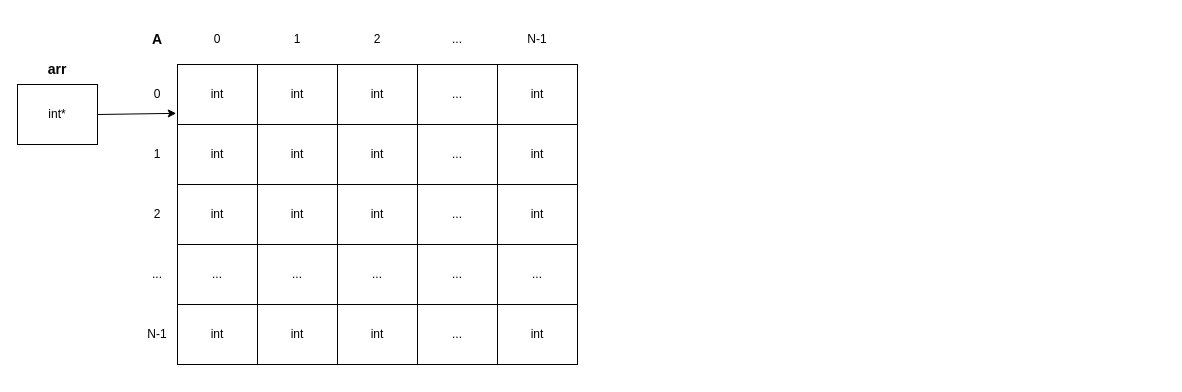
Before: c-lessons/Двумерный массив.drawio in lubarog13/codes, a draw.io diagram. Source tidied: cells renumbered, new cells numbered last; positions are measured from the earlier drawing's top-left corner, leaving out a move shared by most shapes. Both pictures are drawn from the tidied source at 100%, with x=0, y=0 at pixel (17, 24).
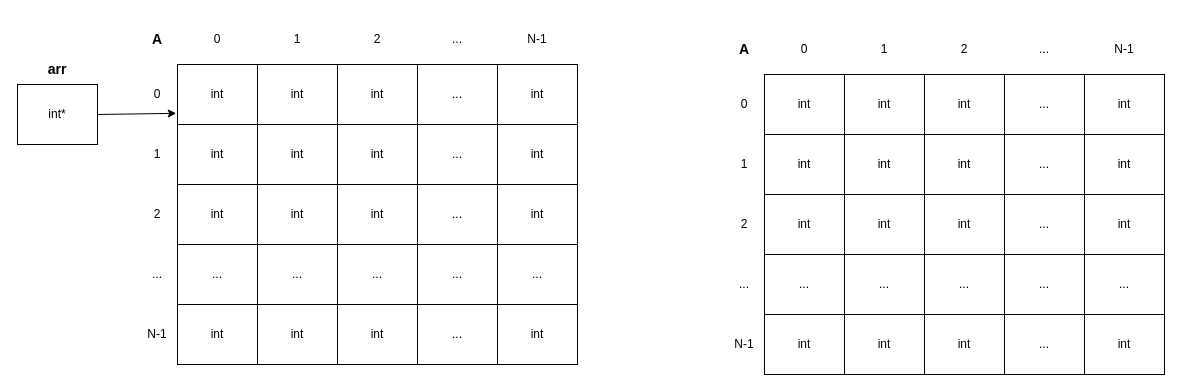
The same page after the edit.

The edit, as a diff of the source:
```diff
@@
+    <mxCell id="41" value="int" style="rounded=0;whiteSpace=wrap;html=1;" parent="1" vertex="1">
+      <mxGeometry x="827" y="50" width="80" height="60" as="geometry" />
+    </mxCell>
+    <mxCell id="42" value="int" style="rounded=0;whiteSpace=wrap;html=1;" parent="1" vertex="1">
+      <mxGeometry x="1067" y="50" width="80" height="60" as="geometry" />
+    </mxCell>
+    <mxCell id="43" value="int" style="rounded=0;whiteSpace=wrap;html=1;" parent="1" vertex="1">
+      <mxGeometry x="907" y="50" width="80" height="60" as="geometry" />
+    </mxCell>
+    <mxCell id="44" value="int" style="rounded=0;whiteSpace=wrap;html=1;" parent="1" vertex="1">
+      <mxGeometry x="747" y="50" width="80" height="60" as="geometry" />
+    </mxCell>
+    <mxCell id="45" value="..." style="rounded=0;whiteSpace=wrap;html=1;" parent="1" vertex="1">
+      <mxGeometry x="987" y="50" width="80" height="60" as="geometry" />
+    </mxCell>
+    <mxCell id="46" value="int" style="rounded=0;whiteSpace=wrap;html=1;" parent="1" vertex="1">
+      <mxGeometry x="827" y="110" width="80" height="60" as="geometry" />
+    </mxCell>
+    <mxCell id="47" value="int" style="rounded=0;whiteSpace=wrap;html=1;" parent="1" vertex="1">
+      <mxGeometry x="1067" y="110" width="80" height="60" as="geometry" />
+    </mxCell>
+    <mxCell id="48" value="int" style="rounded=0;whiteSpace=wrap;html=1;" parent="1" vertex="1">
+      <mxGeometry x="907" y="110" width="80" height="60" as="geometry" />
+    </mxCell>
+    <mxCell id="49" value="int" style="rounded=0;whiteSpace=wrap;html=1;" parent="1" vertex="1">
+      <mxGeometry x="747" y="110" width="80" height="60" as="geometry" />
+    </mxCell>
+    <mxCell id="50" value="..." style="rounded=0;whiteSpace=wrap;html=1;" parent="1" vertex="1">
+      <mxGeometry x="987" y="110" width="80" height="60" as="geometry" />
+    </mxCell>
+    <mxCell id="51" value="int" style="rounded=0;whiteSpace=wrap;html=1;" parent="1" vertex="1">
+      <mxGeometry x="827" y="170" width="80" height="60" as="geometry" />
+    </mxCell>
+    <mxCell id="52" value="int" style="rounded=0;whiteSpace=wrap;html=1;" parent="1" vertex="1">
+      <mxGeometry x="1067" y="170" width="80" height="60" as="geometry" />
+    </mxCell>
+    <mxCell id="53" value="int" style="rounded=0;whiteSpace=wrap;html=1;" parent="1" vertex="1">
+      <mxGeometry x="907" y="170" width="80" height="60" as="geometry" />
+    </mxCell>
+    <mxCell id="54" value="int" style="rounded=0;whiteSpace=wrap;html=1;" parent="1" vertex="1">
+      <mxGeometry x="747" y="170" width="80" height="60" as="geometry" />
+    </mxCell>
+    <mxCell id="55" value="..." style="rounded=0;whiteSpace=wrap;html=1;" parent="1" vertex="1">
+      <mxGeometry x="987" y="170" width="80" height="60" as="geometry" />
+    </mxCell>
+    <mxCell id="56" value="..." style="rounded=0;whiteSpace=wrap;html=1;" parent="1" vertex="1">
+      <mxGeometry x="827" y="230" width="80" height="60" as="geometry" />
+    </mxCell>
+    <mxCell id="57" value="..." style="rounded=0;whiteSpace=wrap;html=1;" parent="1" vertex="1">
+      <mxGeometry x="1067" y="230" width="80" height="60" as="geometry" />
+    </mxCell>
+    <mxCell id="58" value="..." style="rounded=0;whiteSpace=wrap;html=1;" parent="1" vertex="1">
+      <mxGeometry x="907" y="230" width="80" height="60" as="geometry" />
+    </mxCell>
+    <mxCell id="59" value="..." style="rounded=0;whiteSpace=wrap;html=1;" parent="1" vertex="1">
+      <mxGeometry x="747" y="230" width="80" height="60" as="geometry" />
+    </mxCell>
+    <mxCell id="60" value="..." style="rounded=0;whiteSpace=wrap;html=1;" parent="1" vertex="1">
+      <mxGeometry x="987" y="230" width="80" height="60" as="geometry" />
+    </mxCell>
+    <mxCell id="61" value="int" style="rounded=0;whiteSpace=wrap;html=1;" parent="1" vertex="1">
+      <mxGeometry x="827" y="290" width="80" height="60" as="geometry" />
+    </mxCell>
+    <mxCell id="62" value="int" style="rounded=0;whiteSpace=wrap;html=1;" parent="1" vertex="1">
+      <mxGeometry x="1067" y="290" width="80" height="60" as="geometry" />
+    </mxCell>
+    <mxCell id="63" value="int" style="rounded=0;whiteSpace=wrap;html=1;" parent="1" vertex="1">
+      <mxGeometry x="907" y="290" width="80" height="60" as="geometry" />
+    </mxCell>
+    <mxCell id="64" value="int" style="rounded=0;whiteSpace=wrap;html=1;" parent="1" vertex="1">
+      <mxGeometry x="747" y="290" width="80" height="60" as="geometry" />
+    </mxCell>
+    <mxCell id="65" value="..." style="rounded=0;whiteSpace=wrap;html=1;" parent="1" vertex="1">
+      <mxGeometry x="987" y="290" width="80" height="60" as="geometry" />
+    </mxCell>
+    <mxCell id="66" value="0" style="text;html=1;strokeColor=none;fillColor=none;align=center;verticalAlign=middle;whiteSpace=wrap;rounded=0;" parent="1" vertex="1">
+      <mxGeometry x="757" y="10" width="60" height="30" as="geometry" />
+    </mxCell>
+    <mxCell id="67" value="1" style="text;html=1;strokeColor=none;fillColor=none;align=center;verticalAlign=middle;whiteSpace=wrap;rounded=0;" parent="1" vertex="1">
+      <mxGeometry x="837" y="10" width="60" height="30" as="geometry" />
+    </mxCell>
+    <mxCell id="68" value="2" style="text;html=1;strokeColor=none;fillColor=none;align=center;verticalAlign=middle;whiteSpace=wrap;rounded=0;" parent="1" vertex="1">
+      <mxGeometry x="917" y="10" width="60" height="30" as="geometry" />
+    </mxCell>
+    <mxCell id="69" value="..." style="text;html=1;strokeColor=none;fillColor=none;align=center;verticalAlign=middle;whiteSpace=wrap;rounded=0;" parent="1" vertex="1">
+      <mxGeometry x="997" y="10" width="60" height="30" as="geometry" />
+    </mxCell>
+    <mxCell id="70" value="N-1" style="text;html=1;strokeColor=none;fillColor=none;align=center;verticalAlign=middle;whiteSpace=wrap;rounded=0;" parent="1" vertex="1">
+      <mxGeometry x="1077" y="10" width="60" height="30" as="geometry" />
+    </mxCell>
+    <mxCell id="71" value="0" style="text;html=1;strokeColor=none;fillColor=none;align=center;verticalAlign=middle;whiteSpace=wrap;rounded=0;" parent="1" vertex="1">
+      <mxGeometry x="697" y="65" width="60" height="30" as="geometry" />
+    </mxCell>
+    <mxCell id="72" value="1" style="text;html=1;strokeColor=none;fillColor=none;align=center;verticalAlign=middle;whiteSpace=wrap;rounded=0;" parent="1" vertex="1">
+      <mxGeometry x="697" y="125" width="60" height="30" as="geometry" />
+    </mxCell>
+    <mxCell id="73" value="2" style="text;html=1;strokeColor=none;fillColor=none;align=center;verticalAlign=middle;whiteSpace=wrap;rounded=0;" parent="1" vertex="1">
+      <mxGeometry x="697" y="185" width="60" height="30" as="geometry" />
+    </mxCell>
+    <mxCell id="74" value="..." style="text;html=1;strokeColor=none;fillColor=none;align=center;verticalAlign=middle;whiteSpace=wrap;rounded=0;" parent="1" vertex="1">
+      <mxGeometry x="697" y="245" width="60" height="30" as="geometry" />
+    </mxCell>
+    <mxCell id="75" value="N-1" style="text;html=1;strokeColor=none;fillColor=none;align=center;verticalAlign=middle;whiteSpace=wrap;rounded=0;" parent="1" vertex="1">
+      <mxGeometry x="697" y="305" width="60" height="30" as="geometry" />
+    </mxCell>
+    <mxCell id="76" value="&lt;h3&gt;&lt;font style=&quot;font-size: 14px;&quot;&gt;A&lt;/font&gt;&lt;/h3&gt;" style="text;html=1;strokeColor=none;fillColor=none;align=center;verticalAlign=middle;whiteSpace=wrap;rounded=0;" parent="1" vertex="1">
+      <mxGeometry x="697" y="10" width="60" height="30" as="geometry" />
+    </mxCell>
```
